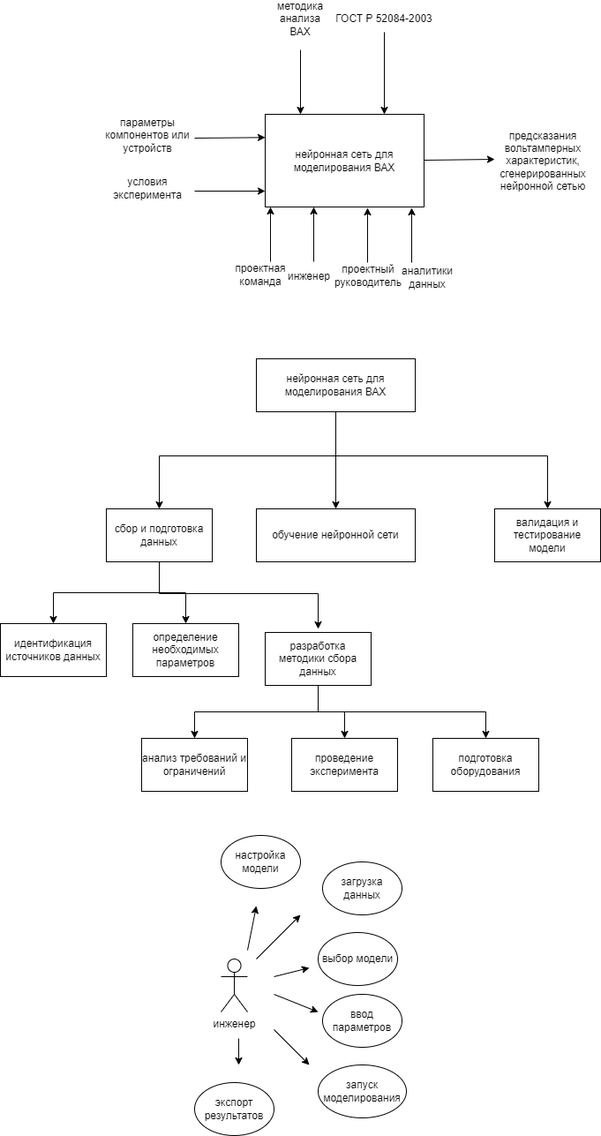
Before: diagram.drawio.png, a diagram exported from draw.io (DiKachura/tppo). Source tidied: cells renumbered, new cells last; positions are measured from the earlier drawing's top-left corner, leaving out a move shared by most shapes.
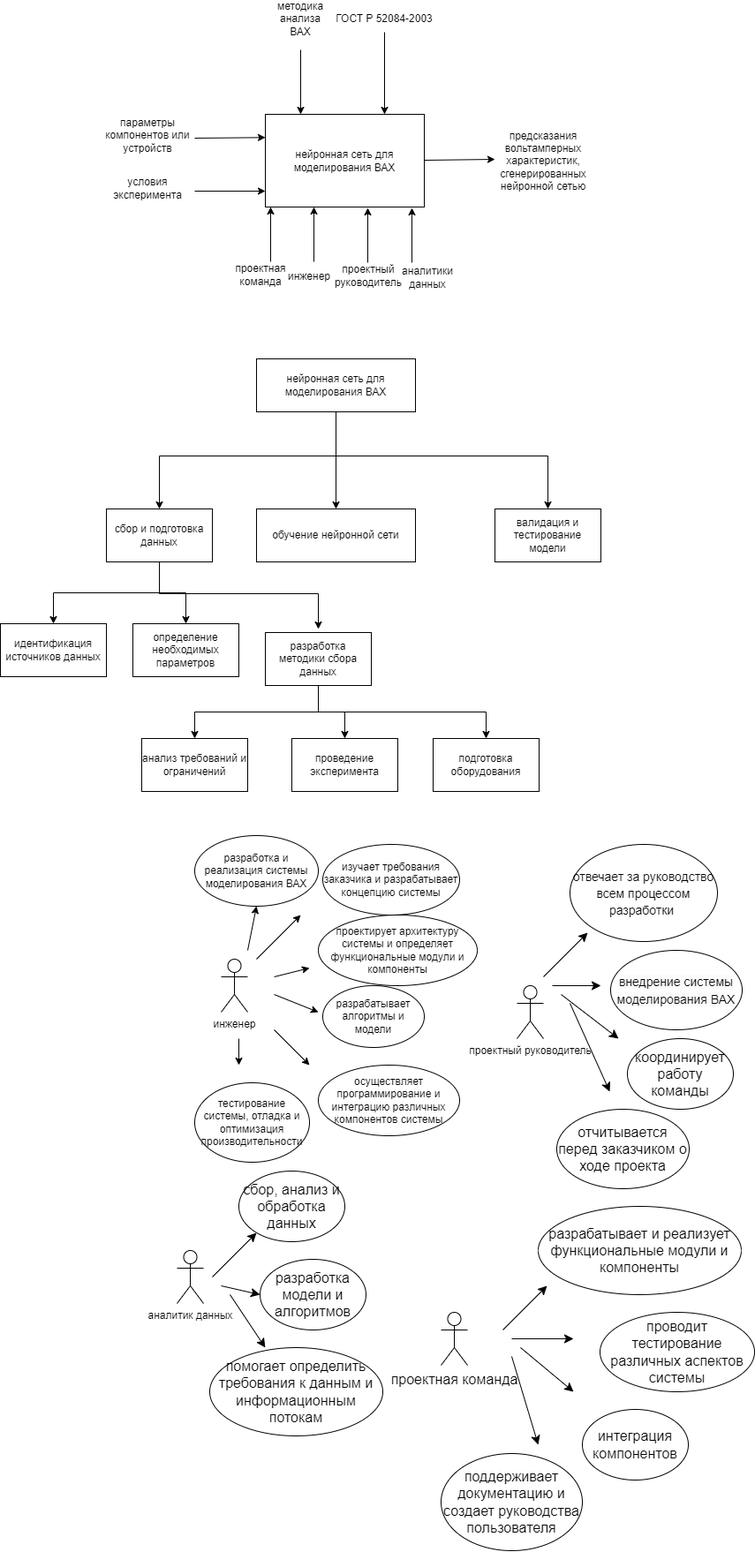
Later version of the same file.

Commit message:
Обновление use case diagram

Change to the diagram source:
```diff
@@ -148,23 +148,23 @@
     <mxCell id="35" value="инженер" style="shape=umlActor;verticalLabelPosition=bottom;verticalAlign=top;html=1;" parent="1" vertex="1">
       <mxGeometry x="250" y="1080" width="30" height="60" as="geometry" />
     </mxCell>
-    <mxCell id="36" value="загрузка данных" style="ellipse;whiteSpace=wrap;html=1;" parent="1" vertex="1">
-      <mxGeometry x="365" y="970" width="90" height="60" as="geometry" />
+    <mxCell id="36" value="изучает требования заказчика и разрабатывает концепцию системы" style="ellipse;whiteSpace=wrap;html=1;" parent="1" vertex="1">
+      <mxGeometry x="365" y="950" width="155" height="80" as="geometry" />
     </mxCell>
-    <mxCell id="37" value="выбор модели" style="ellipse;whiteSpace=wrap;html=1;" parent="1" vertex="1">
-      <mxGeometry x="360" y="1050" width="90" height="60" as="geometry" />
+    <mxCell id="37" value="проектирует архитектуру системы и определяет функциональные модули и компоненты" style="ellipse;whiteSpace=wrap;html=1;" parent="1" vertex="1">
+      <mxGeometry x="360" y="1030" width="180" height="80" as="geometry" />
     </mxCell>
-    <mxCell id="38" value="ввод параметров" style="ellipse;whiteSpace=wrap;html=1;" parent="1" vertex="1">
-      <mxGeometry x="365" y="1120" width="90" height="60" as="geometry" />
+    <mxCell id="38" value="разрабатывает алгоритмы и модели" style="ellipse;whiteSpace=wrap;html=1;" parent="1" vertex="1">
+      <mxGeometry x="365" y="1110" width="115" height="70" as="geometry" />
     </mxCell>
-    <mxCell id="39" value="запуск моделирования" style="ellipse;whiteSpace=wrap;html=1;" parent="1" vertex="1">
-      <mxGeometry x="360" y="1200" width="100" height="60" as="geometry" />
+    <mxCell id="39" value="осуществляет программирование и интеграцию различных компонентов системы" style="ellipse;whiteSpace=wrap;html=1;" parent="1" vertex="1">
+      <mxGeometry x="360" y="1200" width="160" height="80" as="geometry" />
     </mxCell>
-    <mxCell id="40" value="настройка модели" style="ellipse;whiteSpace=wrap;html=1;" parent="1" vertex="1">
-      <mxGeometry x="250" y="940" width="90" height="60" as="geometry" />
+    <mxCell id="40" value="разработка и реализация системы моделирования ВАХ" style="ellipse;whiteSpace=wrap;html=1;" parent="1" vertex="1">
+      <mxGeometry x="220" y="940" width="140" height="80" as="geometry" />
     </mxCell>
-    <mxCell id="41" value="экспорт результатов" style="ellipse;whiteSpace=wrap;html=1;" parent="1" vertex="1">
-      <mxGeometry x="220" y="1220" width="90" height="60" as="geometry" />
+    <mxCell id="41" value="тестирование системы, отладка и оптимизация производительности" style="ellipse;whiteSpace=wrap;html=1;" parent="1" vertex="1">
+      <mxGeometry x="220" y="1220" width="130" height="90" as="geometry" />
     </mxCell>
     <mxCell id="42" style="endArrow=classic;html=1;rounded=0;" parent="1" edge="1">
       <mxGeometry relative="1" as="geometry">
@@ -223,5 +223,111 @@
     <mxCell id="52" value="аналитики данных" style="text;html=1;strokeColor=none;fillColor=none;align=center;verticalAlign=middle;whiteSpace=wrap;rounded=0;" parent="1" vertex="1">
       <mxGeometry x="454" y="293" width="60" height="30" as="geometry" />
     </mxCell>
+    <mxCell id="53" value="проектный руководитель" style="shape=umlActor;verticalLabelPosition=bottom;verticalAlign=top;html=1;" parent="1" vertex="1">
+      <mxGeometry x="585" y="1110" width="30" height="60" as="geometry" />
+    </mxCell>
+    <mxCell id="54" value="&lt;font style=&quot;font-size: 14px;&quot;&gt;отвечает за руководство всем процессом разработки&amp;nbsp;&lt;/font&gt;" style="ellipse;whiteSpace=wrap;html=1;fontSize=16;" parent="1" vertex="1">
+      <mxGeometry x="645" y="950" width="167" height="110" as="geometry" />
+    </mxCell>
+    <mxCell id="55" value="&lt;span style=&quot;color: rgb(0, 0, 0); font-family: Helvetica; font-size: 14px; font-style: normal; font-variant-ligatures: normal; font-variant-caps: normal; font-weight: 400; letter-spacing: normal; orphans: 2; text-align: center; text-indent: 0px; text-transform: none; widows: 2; word-spacing: 0px; -webkit-text-stroke-width: 0px; background-color: rgb(251, 251, 251); text-decoration-thickness: initial; text-decoration-style: initial; text-decoration-color: initial; float: none; display: inline !important;&quot;&gt;внедрение системы моделирования ВАХ&lt;/span&gt;" style="ellipse;whiteSpace=wrap;html=1;fontSize=16;" parent="1" vertex="1">
+      <mxGeometry x="691" y="1070" width="149" height="90" as="geometry" />
+    </mxCell>
+    <mxCell id="56" value="координирует работу команды" style="ellipse;whiteSpace=wrap;html=1;fontSize=16;" parent="1" vertex="1">
+      <mxGeometry x="710" y="1170" width="120" height="80" as="geometry" />
+    </mxCell>
+    <mxCell id="57" value="отчитывается перед заказчиком о ходе проекта" style="ellipse;whiteSpace=wrap;html=1;fontSize=16;" parent="1" vertex="1">
+      <mxGeometry x="630" y="1250" width="150" height="90" as="geometry" />
+    </mxCell>
+    <mxCell id="58" style="endArrow=classic;html=1;rounded=0;fontSize=12;startSize=8;endSize=8;curved=1;" parent="1" edge="1">
+      <mxGeometry relative="1" as="geometry">
+        <mxPoint x="615" y="1100" as="sourcePoint" />
+        <mxPoint x="665" y="1050" as="targetPoint" />
+      </mxGeometry>
+    </mxCell>
+    <mxCell id="59" style="endArrow=classic;html=1;rounded=0;fontSize=12;startSize=8;endSize=8;curved=1;" parent="1" edge="1">
+      <mxGeometry relative="1" as="geometry">
+        <mxPoint x="625" y="1110" as="sourcePoint" />
+        <mxPoint x="680" y="1110" as="targetPoint" />
+      </mxGeometry>
+    </mxCell>
+    <mxCell id="60" style="endArrow=classic;html=1;rounded=0;fontSize=12;startSize=8;endSize=8;curved=1;" parent="1" edge="1">
+      <mxGeometry relative="1" as="geometry">
+        <mxPoint x="635" y="1120" as="sourcePoint" />
+        <mxPoint x="700" y="1170" as="targetPoint" />
+      </mxGeometry>
+    </mxCell>
+    <mxCell id="61" style="endArrow=classic;html=1;rounded=0;fontSize=12;startSize=8;endSize=8;curved=1;" parent="1" edge="1">
+      <mxGeometry relative="1" as="geometry">
+        <mxPoint x="645" y="1130" as="sourcePoint" />
+        <mxPoint x="690" y="1230" as="targetPoint" />
+      </mxGeometry>
+    </mxCell>
+    <mxCell id="62" value="аналитик данных" style="shape=umlActor;verticalLabelPosition=bottom;verticalAlign=top;html=1;" parent="1" vertex="1">
+      <mxGeometry x="200" y="1410" width="30" height="60" as="geometry" />
+    </mxCell>
+    <mxCell id="63" value="сбор, анализ и обработка данных" style="ellipse;whiteSpace=wrap;html=1;fontSize=16;" parent="1" vertex="1">
+      <mxGeometry x="270" y="1320" width="120" height="80" as="geometry" />
+    </mxCell>
+    <mxCell id="64" value="разработка модели и алгоритмов" style="ellipse;whiteSpace=wrap;html=1;fontSize=16;" parent="1" vertex="1">
+      <mxGeometry x="294" y="1420" width="120" height="80" as="geometry" />
+    </mxCell>
+    <mxCell id="65" value="помогает определить требования к данным и информационным потокам" style="ellipse;whiteSpace=wrap;html=1;fontSize=16;" parent="1" vertex="1">
+      <mxGeometry x="237" y="1520" width="196" height="100" as="geometry" />
+    </mxCell>
+    <mxCell id="66" style="endArrow=classic;html=1;rounded=0;fontSize=12;startSize=8;endSize=8;curved=1;" parent="1" edge="1">
+      <mxGeometry relative="1" as="geometry">
+        <mxPoint x="240" y="1440" as="sourcePoint" />
+        <mxPoint x="290" y="1390" as="targetPoint" />
+      </mxGeometry>
+    </mxCell>
+    <mxCell id="67" style="endArrow=classic;html=1;rounded=0;fontSize=12;startSize=8;endSize=8;curved=1;entryX=0;entryY=0.5;entryDx=0;entryDy=0;" parent="1" edge="1" target="64">
+      <mxGeometry relative="1" as="geometry">
+        <mxPoint x="250" y="1450" as="sourcePoint" />
+      </mxGeometry>
+    </mxCell>
+    <mxCell id="68" style="endArrow=classic;html=1;rounded=0;fontSize=12;startSize=8;endSize=8;curved=1;entryX=0.321;entryY=0;entryDx=0;entryDy=0;entryPerimeter=0;" parent="1" edge="1" target="65">
+      <mxGeometry relative="1" as="geometry">
+        <mxPoint x="260" y="1460" as="sourcePoint" />
+      </mxGeometry>
+    </mxCell>
+    <mxCell id="69" value="проектная команда" style="shape=umlActor;verticalLabelPosition=bottom;verticalAlign=top;html=1;fontSize=16;" parent="1" vertex="1">
+      <mxGeometry x="499" y="1480" width="30" height="60" as="geometry" />
+    </mxCell>
+    <mxCell id="70" value="разрабатывает и реализует функциональные модули и компоненты" style="ellipse;whiteSpace=wrap;html=1;fontSize=16;" parent="1" vertex="1">
+      <mxGeometry x="609" y="1360" width="230" height="100" as="geometry" />
+    </mxCell>
+    <mxCell id="71" value="проводит тестирование различных аспектов системы" style="ellipse;whiteSpace=wrap;html=1;fontSize=16;" parent="1" vertex="1">
+      <mxGeometry x="679" y="1480" width="175" height="90" as="geometry" />
+    </mxCell>
+    <mxCell id="72" value="интеграция компонентов" style="ellipse;whiteSpace=wrap;html=1;fontSize=16;" parent="1" vertex="1">
+      <mxGeometry x="659" y="1590" width="120" height="80" as="geometry" />
+    </mxCell>
+    <mxCell id="73" value="поддерживает документацию и создает руководства пользователя" style="ellipse;whiteSpace=wrap;html=1;fontSize=16;" parent="1" vertex="1">
+      <mxGeometry x="499" y="1640" width="160" height="110" as="geometry" />
+    </mxCell>
+    <mxCell id="74" style="endArrow=classic;html=1;rounded=0;fontSize=12;startSize=8;endSize=8;curved=1;" parent="1" edge="1">
+      <mxGeometry relative="1" as="geometry">
+        <mxPoint x="569" y="1500" as="sourcePoint" />
+        <mxPoint x="619" y="1450" as="targetPoint" />
+      </mxGeometry>
+    </mxCell>
+    <mxCell id="75" style="endArrow=classic;html=1;rounded=0;fontSize=12;startSize=8;endSize=8;curved=1;" parent="1" edge="1">
+      <mxGeometry relative="1" as="geometry">
+        <mxPoint x="579" y="1510" as="sourcePoint" />
+        <mxPoint x="649" y="1510" as="targetPoint" />
+      </mxGeometry>
+    </mxCell>
+    <mxCell id="76" style="endArrow=classic;html=1;rounded=0;fontSize=12;startSize=8;endSize=8;curved=1;" parent="1" edge="1">
+      <mxGeometry relative="1" as="geometry">
+        <mxPoint x="589" y="1520" as="sourcePoint" />
+        <mxPoint x="649" y="1570" as="targetPoint" />
+      </mxGeometry>
+    </mxCell>
+    <mxCell id="77" style="endArrow=classic;html=1;rounded=0;fontSize=12;startSize=8;endSize=8;curved=1;" parent="1" edge="1">
+      <mxGeometry relative="1" as="geometry">
+        <mxPoint x="579" y="1530" as="sourcePoint" />
+        <mxPoint x="609" y="1630" as="targetPoint" />
+      </mxGeometry>
+    </mxCell>
   </root>
 </mxGraphModel>
```
